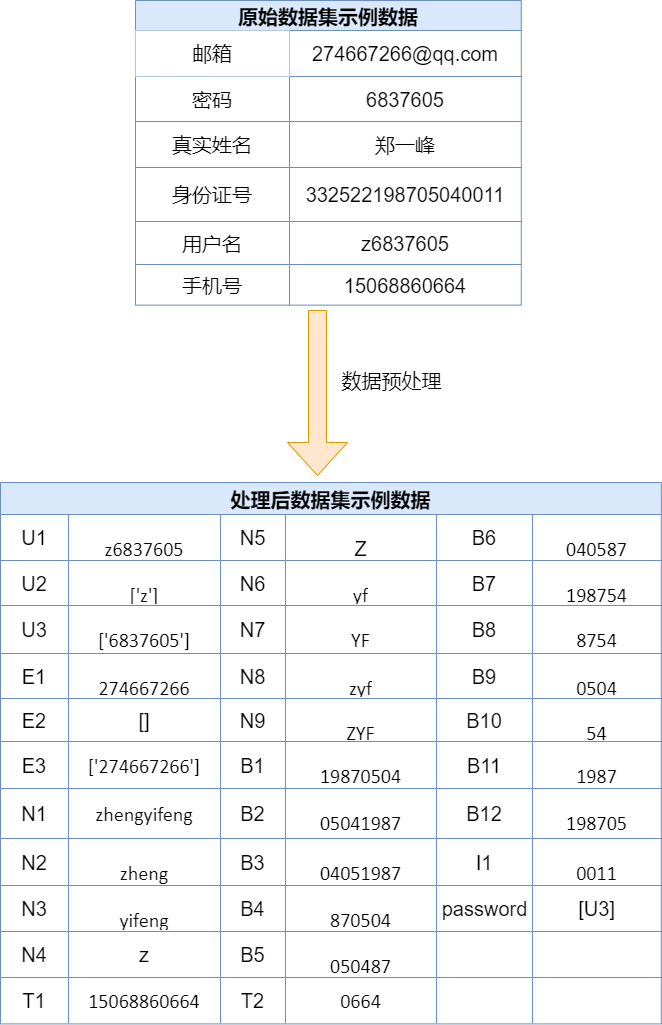
lakomi/pictures keeps this draw.io diagram as dataChange.drawio.png. Above is the earlier version. Source tidied: cells renumbered, new cells last; positions are measured from the earlier drawing's top-left corner, leaving out a move shared by most shapes.
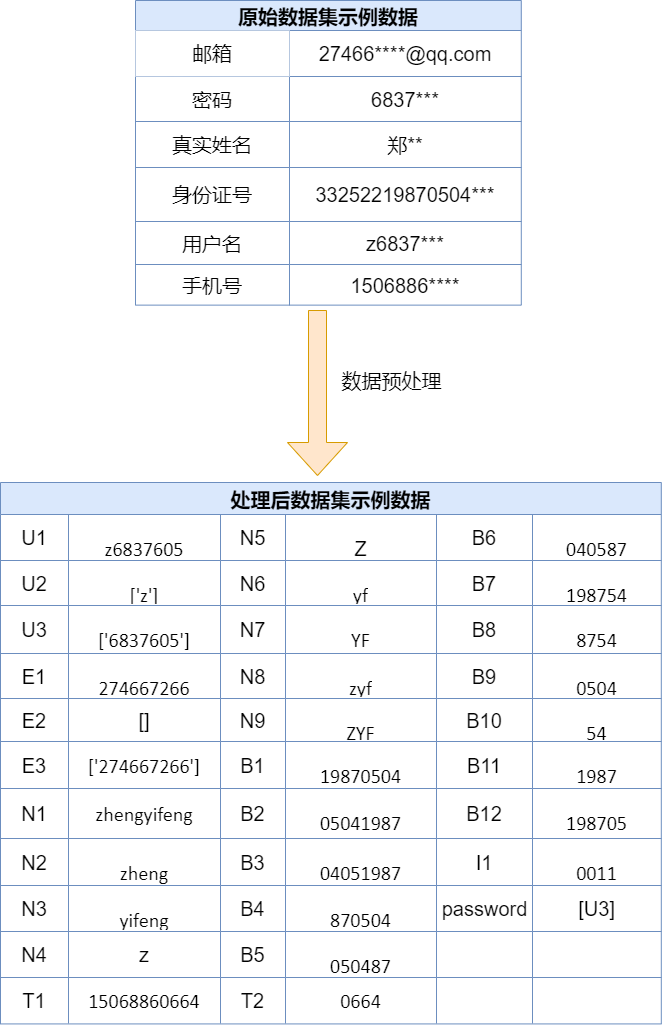
The same diagram one commit later.

Change to the diagram source:
```diff
@@ -11,7 +11,7 @@
     <mxCell id="4" value="邮箱" style="shape=partialRectangle;html=1;whiteSpace=wrap;top=0;left=0;bottom=0;right=0;overflow=hidden;fontSize=20;" parent="3" vertex="1">
       <mxGeometry width="154" height="46" as="geometry" />
     </mxCell>
-    <mxCell id="5" value="&lt;span style=&quot;font-size: 20px;&quot;&gt;274667266@qq.com&lt;/span&gt;" style="shape=partialRectangle;html=1;whiteSpace=wrap;fillColor=none;top=0;left=0;bottom=0;right=0;overflow=hidden;fontSize=20;" parent="3" vertex="1">
+    <mxCell id="5" value="&lt;span style=&quot;font-size: 20px;&quot;&gt;27466****@qq.com&lt;/span&gt;" style="shape=partialRectangle;html=1;whiteSpace=wrap;fillColor=none;top=0;left=0;bottom=0;right=0;overflow=hidden;fontSize=20;" parent="3" vertex="1">
       <mxGeometry x="154" width="232" height="46" as="geometry" />
     </mxCell>
     <mxCell id="6" style="shape=tableRow;horizontal=0;startSize=0;swimlaneHead=0;swimlaneBody=0;top=0;left=0;bottom=0;right=0;fillColor=none;fontSize=20;" parent="2" vertex="1">
@@ -20,7 +20,7 @@
     <mxCell id="7" value="&lt;span style=&quot;font-size: 20px;&quot;&gt;密码&lt;/span&gt;" style="shape=partialRectangle;html=1;whiteSpace=wrap;fillColor=none;top=0;left=0;bottom=0;right=0;overflow=hidden;fontSize=20;" parent="6" vertex="1">
       <mxGeometry width="154" height="45" as="geometry" />
     </mxCell>
-    <mxCell id="8" value="&lt;span style=&quot;font-size: 20px;&quot;&gt;6837605&lt;/span&gt;" style="shape=partialRectangle;html=1;whiteSpace=wrap;fillColor=none;top=0;left=0;bottom=0;right=0;overflow=hidden;fontSize=20;" parent="6" vertex="1">
+    <mxCell id="8" value="&lt;span style=&quot;font-size: 20px;&quot;&gt;6837***&lt;/span&gt;" style="shape=partialRectangle;html=1;whiteSpace=wrap;fillColor=none;top=0;left=0;bottom=0;right=0;overflow=hidden;fontSize=20;" parent="6" vertex="1">
       <mxGeometry x="154" width="232" height="45" as="geometry" />
     </mxCell>
     <mxCell id="9" style="shape=tableRow;horizontal=0;startSize=0;swimlaneHead=0;swimlaneBody=0;top=0;left=0;bottom=0;right=0;fillColor=none;fontSize=20;" parent="2" vertex="1">
@@ -29,7 +29,7 @@
     <mxCell id="10" value="&lt;span style=&quot;font-size: 20px;&quot;&gt;真实姓名&lt;/span&gt;" style="shape=partialRectangle;html=1;whiteSpace=wrap;fillColor=none;top=0;left=0;bottom=0;right=0;overflow=hidden;fontSize=20;" parent="9" vertex="1">
       <mxGeometry width="154" height="46" as="geometry" />
     </mxCell>
-    <mxCell id="11" value="&lt;span style=&quot;font-size: 20px;&quot;&gt;郑一峰&lt;/span&gt;" style="shape=partialRectangle;html=1;whiteSpace=wrap;fillColor=none;top=0;left=0;bottom=0;right=0;overflow=hidden;fontSize=20;" parent="9" vertex="1">
+    <mxCell id="11" value="&lt;span style=&quot;font-size: 20px;&quot;&gt;郑**&lt;/span&gt;" style="shape=partialRectangle;html=1;whiteSpace=wrap;fillColor=none;top=0;left=0;bottom=0;right=0;overflow=hidden;fontSize=20;" parent="9" vertex="1">
       <mxGeometry x="154" width="232" height="46" as="geometry" />
     </mxCell>
     <mxCell id="12" style="shape=tableRow;horizontal=0;startSize=0;swimlaneHead=0;swimlaneBody=0;top=0;left=0;bottom=0;right=0;fillColor=none;fontSize=20;" parent="2" vertex="1">
@@ -38,7 +38,7 @@
     <mxCell id="13" value="身份证号" style="shape=partialRectangle;html=1;whiteSpace=wrap;fillColor=none;top=0;left=0;bottom=0;right=0;overflow=hidden;fontSize=20;" parent="12" vertex="1">
       <mxGeometry width="154" height="54" as="geometry" />
     </mxCell>
-    <mxCell id="14" value="&lt;span style=&quot;font-size: 20px;&quot;&gt;332522198705040011&lt;/span&gt;" style="shape=partialRectangle;html=1;whiteSpace=wrap;fillColor=none;top=0;left=0;bottom=0;right=0;overflow=hidden;fontSize=20;" parent="12" vertex="1">
+    <mxCell id="14" value="&lt;span style=&quot;font-size: 20px;&quot;&gt;33252219870504***&lt;/span&gt;" style="shape=partialRectangle;html=1;whiteSpace=wrap;fillColor=none;top=0;left=0;bottom=0;right=0;overflow=hidden;fontSize=20;" parent="12" vertex="1">
       <mxGeometry x="154" width="232" height="54" as="geometry" />
     </mxCell>
     <mxCell id="15" style="shape=tableRow;horizontal=0;startSize=0;swimlaneHead=0;swimlaneBody=0;top=0;left=0;bottom=0;right=0;fillColor=none;fontSize=20;" parent="2" vertex="1">
@@ -47,7 +47,7 @@
     <mxCell id="16" value="&lt;span style=&quot;font-size: 20px;&quot;&gt;用户名&lt;/span&gt;" style="shape=partialRectangle;html=1;whiteSpace=wrap;fillColor=none;top=0;left=0;bottom=0;right=0;overflow=hidden;fontSize=20;" parent="15" vertex="1">
       <mxGeometry width="154" height="43" as="geometry" />
     </mxCell>
-    <mxCell id="17" value="&lt;span style=&quot;font-size: 20px;&quot;&gt;z6837605&lt;/span&gt;" style="shape=partialRectangle;html=1;whiteSpace=wrap;fillColor=none;top=0;left=0;bottom=0;right=0;overflow=hidden;fontSize=20;" parent="15" vertex="1">
+    <mxCell id="17" value="&lt;span style=&quot;font-size: 20px;&quot;&gt;z6837***&lt;/span&gt;" style="shape=partialRectangle;html=1;whiteSpace=wrap;fillColor=none;top=0;left=0;bottom=0;right=0;overflow=hidden;fontSize=20;" parent="15" vertex="1">
       <mxGeometry x="154" width="232" height="43" as="geometry" />
     </mxCell>
     <mxCell id="18" style="shape=tableRow;horizontal=0;startSize=0;swimlaneHead=0;swimlaneBody=0;top=0;left=0;bottom=0;right=0;fillColor=none;fontSize=20;" parent="2" vertex="1">
@@ -56,7 +56,7 @@
     <mxCell id="19" value="手机号" style="shape=partialRectangle;html=1;whiteSpace=wrap;fillColor=none;top=0;left=0;bottom=0;right=0;overflow=hidden;fontSize=20;" parent="18" vertex="1">
       <mxGeometry width="154" height="41" as="geometry" />
     </mxCell>
-    <mxCell id="20" value="&lt;span style=&quot;font-size: 20px;&quot;&gt;15068860664&lt;/span&gt;" style="shape=partialRectangle;html=1;whiteSpace=wrap;fillColor=none;top=0;left=0;bottom=0;right=0;overflow=hidden;fontSize=20;" parent="18" vertex="1">
+    <mxCell id="20" value="&lt;span style=&quot;font-size: 20px;&quot;&gt;1506886****&lt;/span&gt;" style="shape=partialRectangle;html=1;whiteSpace=wrap;fillColor=none;top=0;left=0;bottom=0;right=0;overflow=hidden;fontSize=20;" parent="18" vertex="1">
       <mxGeometry x="154" width="232" height="41" as="geometry" />
     </mxCell>
     <mxCell id="21" value="处理后数据集示例数据" style="shape=table;startSize=32;fontStyle=1;align=center;fontSize=20;labelPosition=center;verticalLabelPosition=middle;verticalAlign=middle;horizontal=1;fillColor=#dae8fc;strokeColor=#6c8ebf;" parent="1" vertex="1">
```
